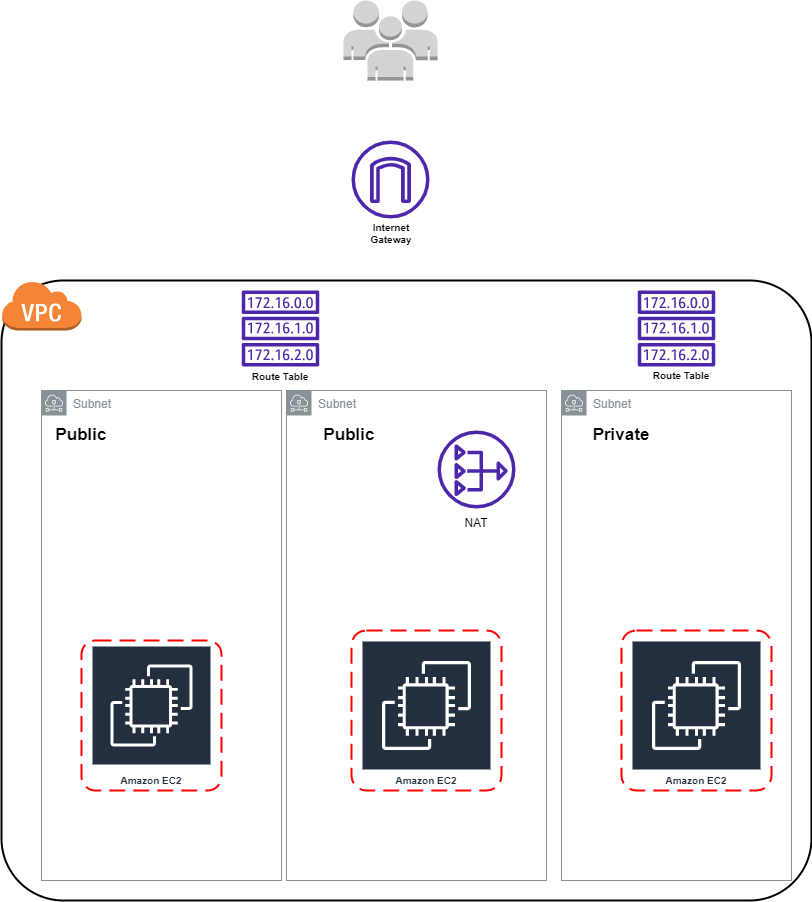
The draw.io diagram Tools/VPC.drawio.png in ManuGeorge96/ManuGeorge96, before a commit. Source tidied: cells renumbered, new cells last; positions are measured from the earlier drawing's top-left corner, leaving out a move shared by most shapes.
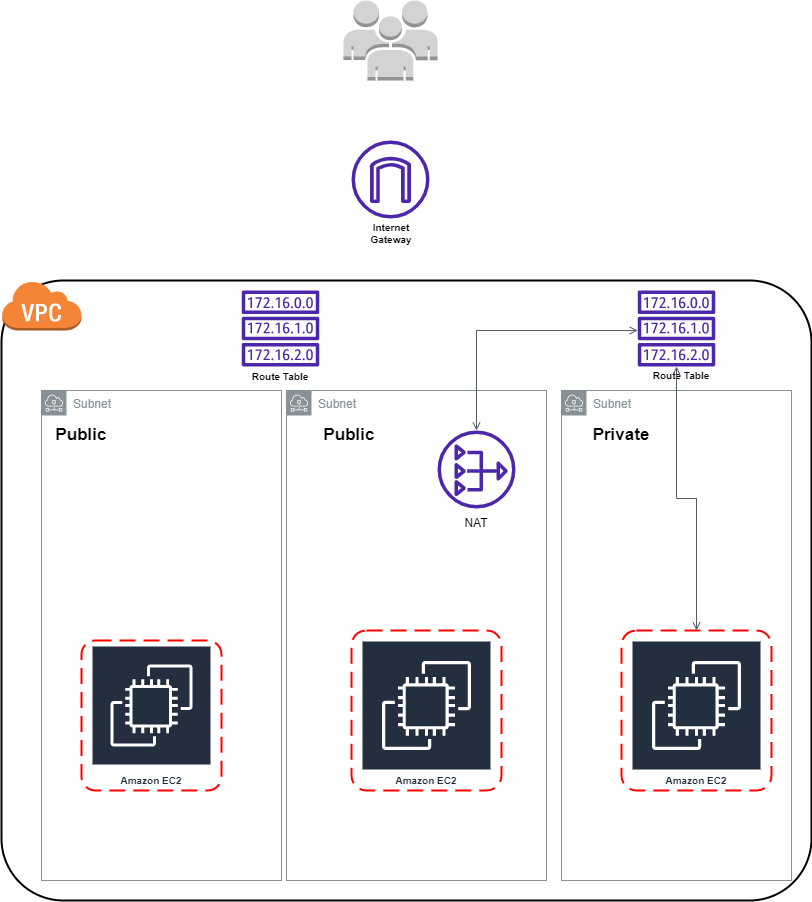
The same file after the commit.

Diff of the diagram source:
```diff
@@ -71,5 +71,15 @@
     <mxCell id="24" value="&lt;b&gt;Internet Gateway&lt;/b&gt;" style="text;html=1;strokeColor=none;fillColor=none;align=center;verticalAlign=middle;whiteSpace=wrap;rounded=0;fontSize=10;" parent="1" vertex="1">
       <mxGeometry x="360" y="218" width="60" height="30" as="geometry" />
     </mxCell>
+    <mxCell id="25" style="edgeStyle=orthogonalEdgeStyle;html=1;endArrow=open;elbow=vertical;startArrow=open;startFill=0;endFill=0;strokeColor=#545B64;rounded=0;fontSize=10;" parent="1" edge="1" source="17" target="11">
+      <mxGeometry relative="1" as="geometry">
+        <Array as="points">
+          <mxPoint x="475" y="330" />
+        </Array>
+      </mxGeometry>
+    </mxCell>
+    <mxCell id="26" style="edgeStyle=orthogonalEdgeStyle;html=1;endArrow=open;elbow=vertical;startArrow=open;startFill=0;endFill=0;strokeColor=#545B64;rounded=0;fontSize=10;" parent="1" edge="1" source="11" target="15">
+      <mxGeometry relative="1" as="geometry" />
+    </mxCell>
   </root>
 </mxGraphModel>
```
